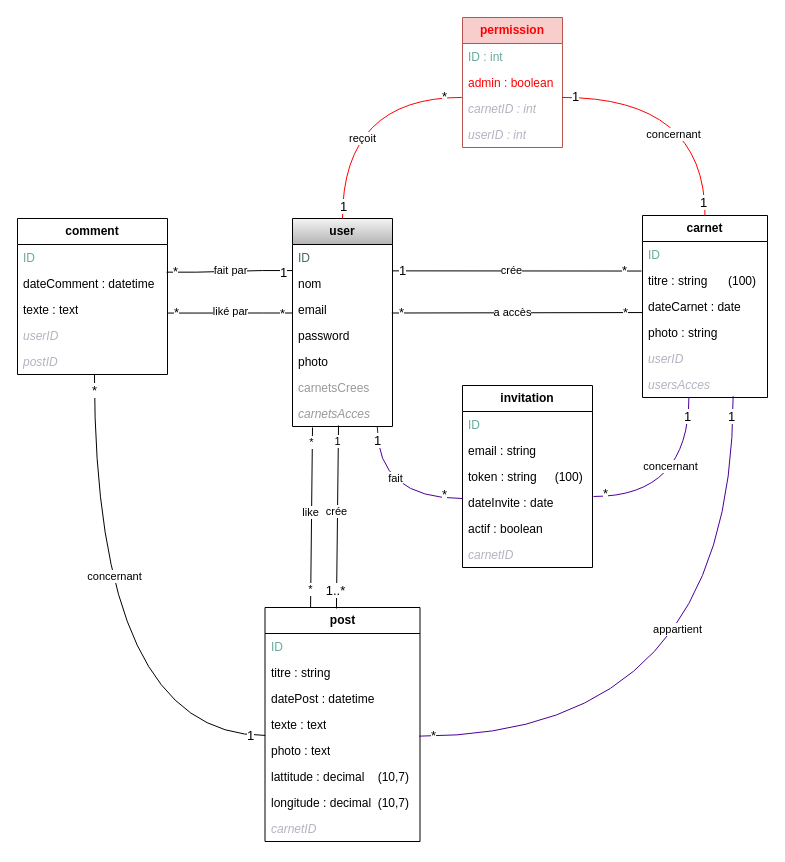
The draw.io diagram doc-projet-symfony/Diagr_CarnetVoyage2.drawio in Lcdz85/ProjetFinal-Laura, before the edit. Source tidied: cells renumbered, new cells numbered last; positions are measured from the earlier drawing's top-left corner, leaving out a move shared by most shapes. Both pictures are drawn from the tidied source at 100%, with x=0, y=0 at pixel (17, 17).
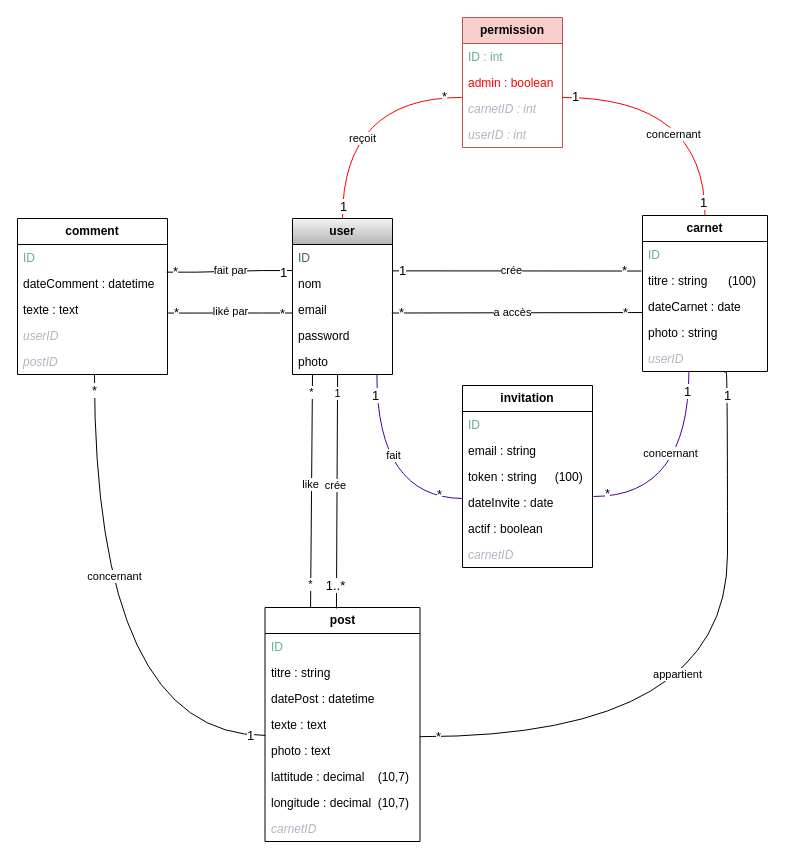
The same page after the edit.

The change refers to these unchanged cells:
```xml
<mxCell id="7" value="photo" style="text;strokeColor=none;fillColor=none;align=left;verticalAlign=top;spacingLeft=4;spacingRight=4;overflow=hidden;points=[[0,0.5],[1,0.5]];portConstraint=eastwest;whiteSpace=wrap;html=1;" parent="2" vertex="1">
  <mxGeometry y="130" width="100" height="26" as="geometry" />
</mxCell>
<mxCell id="38" value="&lt;b&gt;post&lt;/b&gt;" style="swimlane;fontStyle=0;horizontal=1;startSize=26;fillColor=none;whiteSpace=wrap;html=1;" parent="1" vertex="1">
  <mxGeometry x="247.5" y="590" width="155" height="234" as="geometry" />
</mxCell>
<mxCell id="43" value="photo : text" style="text;strokeColor=none;fillColor=none;align=left;verticalAlign=top;spacingLeft=4;spacingRight=4;overflow=hidden;points=[[0,0.5],[1,0.5]];portConstraint=eastwest;whiteSpace=wrap;html=1;" parent="38" vertex="1">
  <mxGeometry y="130" width="155" height="26" as="geometry" />
</mxCell>
<mxCell id="77" value="dateInvite : date" style="text;strokeColor=none;fillColor=none;align=left;verticalAlign=top;spacingLeft=4;spacingRight=4;overflow=hidden;points=[[0,0.5],[1,0.5]];portConstraint=eastwest;whiteSpace=wrap;html=1;" parent="73" vertex="1">
  <mxGeometry y="104" width="130" height="26" as="geometry" />
</mxCell>
```

What changed in the source:
```diff
@@
     <mxCell id="2" value="&lt;b&gt;user&lt;/b&gt;" style="swimlane;fontStyle=0;horizontal=1;startSize=26;whiteSpace=wrap;html=1;fillColor=#f5f5f5;strokeColor=#000000;gradientColor=#b3b3b3;" parent="1" vertex="1">
-      <mxGeometry x="275" y="201" width="100" height="208" as="geometry" />
+      <mxGeometry x="275" y="201" width="100" height="156" as="geometry" />
     </mxCell>
@@
-    <mxCell id="8" value="&lt;font style=&quot;color: rgb(153, 153, 153);&quot;&gt;carnetsCrees&lt;/font&gt;" style="text;strokeColor=none;fillColor=none;align=left;verticalAlign=top;spacingLeft=4;spacingRight=4;overflow=hidden;whiteSpace=wrap;html=1;" parent="2" vertex="1">
-      <mxGeometry y="156" width="100" height="26" as="geometry" />
-    </mxCell>
-    <mxCell id="9" value="&lt;font style=&quot;color: rgb(153, 153, 153);&quot;&gt;&lt;i&gt;carnetsAcces&lt;/i&gt;&lt;/font&gt;" style="text;strokeColor=none;fillColor=none;align=left;verticalAlign=top;spacingLeft=4;spacingRight=4;overflow=hidden;points=[[0,0.5],[1,0.5]];portConstraint=eastwest;whiteSpace=wrap;html=1;" parent="2" vertex="1">
-      <mxGeometry y="182" width="100" height="26" as="geometry" />
-    </mxCell>
     <mxCell id="10" value="&lt;b&gt;carnet&lt;/b&gt;" style="swimlane;fontStyle=0;horizontal=1;startSize=26;fillColor=none;whiteSpace=wrap;html=1;" parent="1" vertex="1">
-      <mxGeometry x="625" y="198" width="125" height="182" as="geometry" />
+      <mxGeometry x="625" y="198" width="125" height="156" as="geometry" />
     </mxCell>
@@
-    <mxCell id="15" value="&lt;i&gt;userID&lt;/i&gt;" style="text;strokeColor=none;fillColor=none;align=left;verticalAlign=top;spacingLeft=4;spacingRight=4;overflow=hidden;whiteSpace=wrap;html=1;fontColor=light-dark(#b3b3c1, #ededed);" parent="10" vertex="1">
-      <mxGeometry y="130" width="125" height="26" as="geometry" />
-    </mxCell>
-    <mxCell id="16" value="&lt;i&gt;usersAcces&lt;/i&gt;" style="text;strokeColor=none;fillColor=none;align=left;verticalAlign=top;spacingLeft=4;spacingRight=4;overflow=hidden;points=[[0,0.5],[1,0.5]];portConstraint=eastwest;whiteSpace=wrap;html=1;fontColor=light-dark(#b3b3c1, #ededed);" parent="10" vertex="1">
-      <mxGeometry y="156" width="125" height="26" as="geometry" />
+    <mxCell id="16" value="&lt;i&gt;userID&lt;/i&gt;" style="text;strokeColor=none;fillColor=none;align=left;verticalAlign=top;spacingLeft=4;spacingRight=4;overflow=hidden;points=[[0,0.5],[1,0.5]];portConstraint=eastwest;whiteSpace=wrap;html=1;fontColor=light-dark(#b3b3c1, #ededed);" parent="10" vertex="1">
+      <mxGeometry y="130" width="125" height="26" as="geometry" />
     </mxCell>
@@
-    <mxCell id="25" value="&lt;b&gt;&lt;font style=&quot;color: rgb(255, 0, 0);&quot;&gt;permission&lt;/font&gt;&lt;/b&gt;" style="swimlane;fontStyle=0;horizontal=1;startSize=26;whiteSpace=wrap;html=1;fillColor=#f8cecc;strokeColor=#b85450;" parent="1" vertex="1">
+    <mxCell id="25" value="&lt;b&gt;permission&lt;/b&gt;" style="swimlane;fontStyle=0;horizontal=1;startSize=26;whiteSpace=wrap;html=1;fillColor=#f8cecc;strokeColor=#b85450;" parent="1" vertex="1">
       <mxGeometry x="445" width="100" height="130" as="geometry" />
     </mxCell>
@@
-    <mxCell id="47" style="endArrow=none;endFill=0;endSize=12;html=1;rounded=0;exitX=0.46;exitY=0.962;exitDx=0;exitDy=0;exitPerimeter=0;entryX=0.461;entryY=0.004;entryDx=0;entryDy=0;entryPerimeter=0;" parent="1" edge="1" source="9" target="38">
-      <mxGeometry relative="1" as="geometry" />
+    <mxCell id="47" style="endArrow=none;endFill=0;endSize=12;html=1;rounded=0;exitX=0.641;exitY=1.013;exitDx=0;exitDy=0;exitPerimeter=0;entryX=0.461;entryY=0.004;entryDx=0;entryDy=0;entryPerimeter=0;" parent="1" edge="1" target="38">
+      <mxGeometry relative="1" as="geometry">
+        <mxPoint x="320.1" y="357.3" as="sourcePoint" />
+      </mxGeometry>
     </mxCell>
@@
+    <mxCell id="92" style="endArrow=none;endFill=0;endSize=12;html=1;rounded=0;entryX=0.659;entryY=1.051;entryDx=0;entryDy=0;entryPerimeter=0;edgeStyle=orthogonalEdgeStyle;curved=1;exitX=0.999;exitY=-0.031;exitDx=0;exitDy=0;exitPerimeter=0;" parent="1" edge="1" source="43" target="16">
+      <mxGeometry relative="1" as="geometry">
+        <Array as="points">
+          <mxPoint x="710" y="719" />
+          <mxPoint x="710" y="354" />
+          <mxPoint x="707" y="354" />
+        </Array>
+      </mxGeometry>
+    </mxCell>
+    <mxCell id="90" value="*" style="edgeLabel;html=1;align=center;verticalAlign=middle;fontSize=13;" parent="92" vertex="1">
+      <mxGeometry x="-0.88" y="-1" relative="1" as="geometry">
+        <mxPoint x="-23" y="-2" as="offset" />
+      </mxGeometry>
+    </mxCell>
+    <mxCell id="89" value="1" style="edgeLabel;html=1;align=center;verticalAlign=middle;fontSize=13;" parent="92" vertex="1">
+      <mxGeometry x="0.8" y="-2" relative="1" as="geometry">
+        <mxPoint x="-3" y="-40" as="offset" />
+      </mxGeometry>
+    </mxCell>
+    <mxCell id="91" value="appartient" style="edgeLabel;html=1;align=center;verticalAlign=middle;" parent="92" vertex="1">
+      <mxGeometry x="-0.06" y="-2" relative="1" as="geometry">
+        <mxPoint x="-53" y="-52" as="offset" />
+      </mxGeometry>
+    </mxCell>
-    <mxCell id="51" style="endArrow=none;endFill=0;endSize=12;html=1;rounded=0;entryX=0.294;entryY=0;entryDx=0;entryDy=0;entryPerimeter=0;exitX=0.2;exitY=1.038;exitDx=0;exitDy=0;exitPerimeter=0;" parent="1" edge="1" source="9" target="38">
-      <mxGeometry relative="1" as="geometry" />
+    <mxCell id="51" style="endArrow=none;endFill=0;endSize=12;html=1;rounded=0;entryX=0.294;entryY=0;entryDx=0;entryDy=0;entryPerimeter=0;exitX=0.31;exitY=0.999;exitDx=0;exitDy=0;exitPerimeter=0;" parent="1" edge="1" target="38">
+      <mxGeometry relative="1" as="geometry">
+        <mxPoint x="295" y="357" as="sourcePoint" />
+      </mxGeometry>
     </mxCell>
@@
-    <mxCell id="84" style="endArrow=none;endFill=0;endSize=12;html=1;rounded=0;entryX=0;entryY=0.346;entryDx=0;entryDy=0;entryPerimeter=0;strokeColor=#4C0099;exitX=0.848;exitY=1.019;exitDx=0;exitDy=0;exitPerimeter=0;edgeStyle=orthogonalEdgeStyle;curved=1;" parent="1" edge="1" source="9" target="77">
-      <mxGeometry relative="1" as="geometry" />
+    <mxCell id="84" style="endArrow=none;endFill=0;endSize=12;html=1;rounded=0;exitX=0.844;exitY=1.018;exitDx=0;exitDy=0;entryX=0;entryY=0.346;entryDx=0;entryDy=0;entryPerimeter=0;exitPerimeter=0;edgeStyle=orthogonalEdgeStyle;curved=1;strokeColor=#4C0099;" parent="1" edge="1" source="7" target="77">
+      <mxGeometry relative="1" as="geometry">
+        <Array as="points">
+          <mxPoint x="359" y="480" />
+          <mxPoint x="445" y="480" />
+        </Array>
+      </mxGeometry>
     </mxCell>
     <mxCell id="85" value="1" style="edgeLabel;html=1;align=center;verticalAlign=middle;fontSize=13;" parent="84" vertex="1">
       <mxGeometry x="-0.87" y="-1" relative="1" as="geometry">
-        <mxPoint x="1" y="3" as="offset" />
+        <mxPoint x="-1" y="6" as="offset" />
       </mxGeometry>
     </mxCell>
@@
-    <mxCell id="88" style="endArrow=none;endFill=0;endSize=12;html=1;rounded=0;entryX=0.994;entryY=-0.051;entryDx=0;entryDy=0;entryPerimeter=0;strokeColor=#4C0099;exitX=0.725;exitY=0.949;exitDx=0;exitDy=0;exitPerimeter=0;edgeStyle=orthogonalEdgeStyle;curved=1;" parent="1" edge="1" source="16" target="43">
-      <mxGeometry relative="1" as="geometry">
-        <Array as="points">
-          <mxPoint x="716" y="719" />
-        </Array>
-      </mxGeometry>
-    </mxCell>
-    <mxCell id="89" value="1" style="edgeLabel;html=1;align=center;verticalAlign=middle;fontSize=13;" parent="88" vertex="1">
-      <mxGeometry x="-0.87" y="-1" relative="1" as="geometry">
-        <mxPoint x="-1" y="-23" as="offset" />
-      </mxGeometry>
-    </mxCell>
-    <mxCell id="90" value="*" style="edgeLabel;html=1;align=center;verticalAlign=middle;fontSize=13;" parent="88" vertex="1">
-      <mxGeometry x="0.83" y="-2" relative="1" as="geometry">
-        <mxPoint x="-42" y="1" as="offset" />
-      </mxGeometry>
-    </mxCell>
-    <mxCell id="91" value="appartient" style="edgeLabel;html=1;align=center;verticalAlign=middle;" parent="88" vertex="1">
-      <mxGeometry x="-0.05" y="1" relative="1" as="geometry">
-        <mxPoint x="-57" y="-78" as="offset" />
-      </mxGeometry>
-    </mxCell>
```
